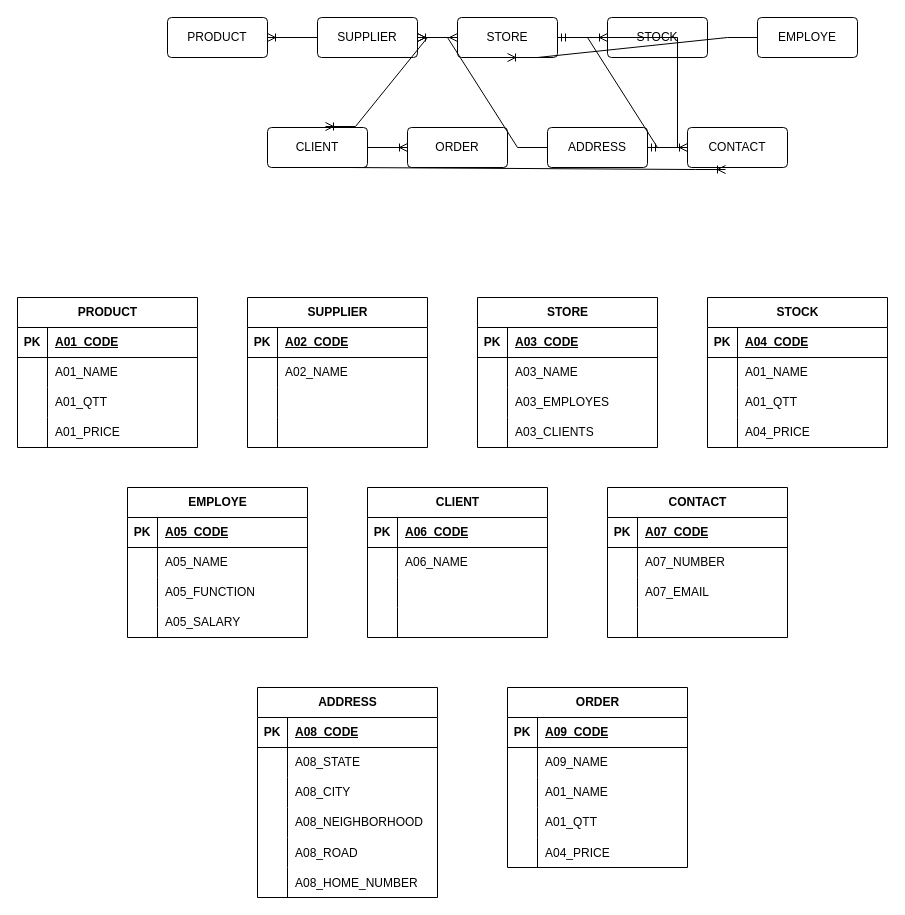
This is Diagram_from_store.drawio from maurilio-sousa/exercicios_de_aula, a draw.io file, before an edit. Source tidied: cells renumbered, new cells numbered last; positions are measured from the earlier drawing's top-left corner, leaving out a move shared by most shapes. Both pictures are drawn from the tidied source at 100%, with x=0, y=0 at pixel (17, 17).
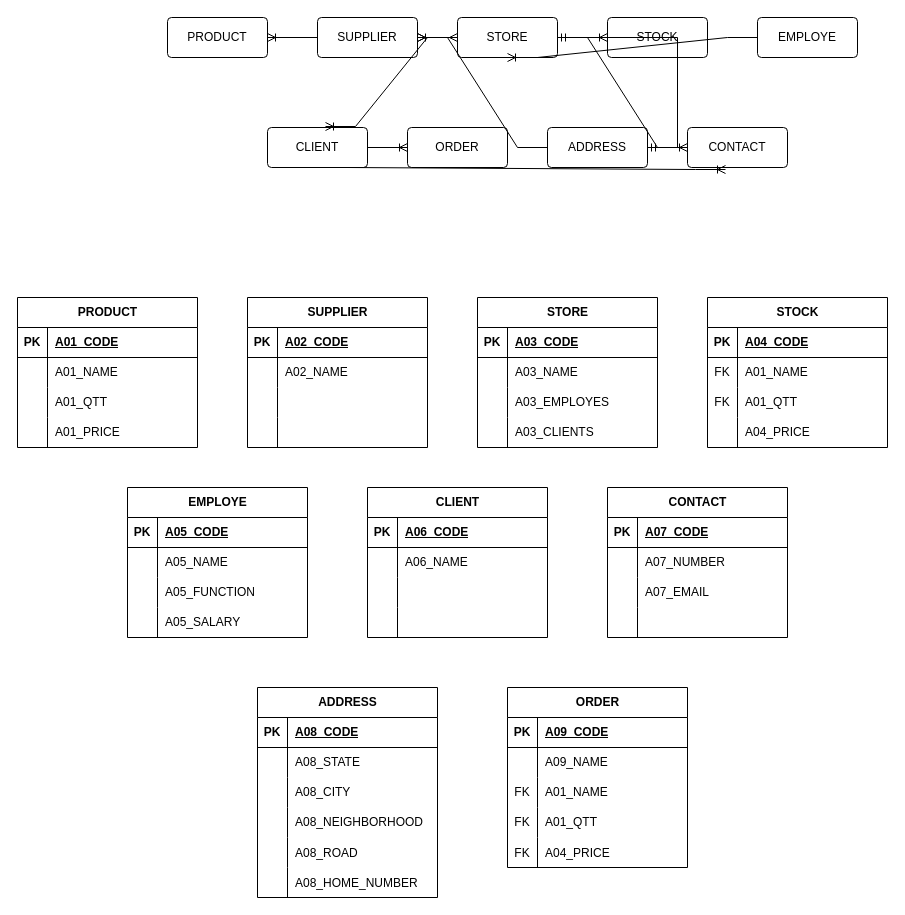
The same diagram, later.

The change refers to these unchanged cells:
```xml
<mxCell id="103" style="shape=tableRow;horizontal=0;startSize=0;swimlaneHead=0;swimlaneBody=0;fillColor=none;top=0;left=0;right=0;bottom=0;" parent="99" vertex="1">
  <mxGeometry y="60" width="180" height="30" as="geometry" />
</mxCell>
<mxCell id="106" style="shape=tableRow;horizontal=0;startSize=0;swimlaneHead=0;swimlaneBody=0;fillColor=none;top=0;left=0;right=0;bottom=0;" parent="99" vertex="1">
  <mxGeometry y="90" width="180" height="30" as="geometry" />
</mxCell>
<mxCell id="119" style="shape=tableRow;horizontal=0;startSize=0;swimlaneHead=0;swimlaneBody=0;fillColor=none;top=0;left=0;right=0;bottom=0;" parent="112" vertex="1">
  <mxGeometry y="90" width="180" height="30" as="geometry" />
</mxCell>
<mxCell id="122" style="shape=tableRow;horizontal=0;startSize=0;swimlaneHead=0;swimlaneBody=0;fillColor=none;top=0;left=0;right=0;bottom=0;" parent="112" vertex="1">
  <mxGeometry y="120" width="180" height="30" as="geometry" />
</mxCell>
<mxCell id="125" style="shape=tableRow;horizontal=0;startSize=0;swimlaneHead=0;swimlaneBody=0;fillColor=none;top=0;left=0;right=0;bottom=0;" parent="112" vertex="1">
  <mxGeometry y="150" width="180" height="30" as="geometry" />
</mxCell>
```

Diff of the diagram source:
```diff
@@
-    <mxCell id="104" style="shape=partialRectangle;fillColor=none;top=0;left=0;bottom=0;right=0;overflow=hidden;whiteSpace=wrap;html=1;" parent="103" vertex="1">
+    <mxCell id="104" value="FK" style="shape=partialRectangle;fillColor=none;top=0;left=0;bottom=0;right=0;overflow=hidden;whiteSpace=wrap;html=1;" parent="103" vertex="1">
       <mxGeometry width="30" height="30" as="geometry" />
     </mxCell>
@@
-    <mxCell id="107" style="shape=partialRectangle;fillColor=none;top=0;left=0;bottom=0;right=0;overflow=hidden;whiteSpace=wrap;html=1;" parent="106" vertex="1">
+    <mxCell id="107" value="FK" style="shape=partialRectangle;fillColor=none;top=0;left=0;bottom=0;right=0;overflow=hidden;whiteSpace=wrap;html=1;" parent="106" vertex="1">
       <mxGeometry width="30" height="30" as="geometry" />
     </mxCell>
@@
-    <mxCell id="120" style="shape=partialRectangle;fillColor=none;top=0;left=0;bottom=0;right=0;overflow=hidden;whiteSpace=wrap;html=1;" parent="119" vertex="1">
+    <mxCell id="120" value="FK" style="shape=partialRectangle;fillColor=none;top=0;left=0;bottom=0;right=0;overflow=hidden;whiteSpace=wrap;html=1;" parent="119" vertex="1">
       <mxGeometry width="30" height="30" as="geometry" />
     </mxCell>
@@
-    <mxCell id="123" style="shape=partialRectangle;fillColor=none;top=0;left=0;bottom=0;right=0;overflow=hidden;whiteSpace=wrap;html=1;" parent="122" vertex="1">
+    <mxCell id="123" value="FK" style="shape=partialRectangle;fillColor=none;top=0;left=0;bottom=0;right=0;overflow=hidden;whiteSpace=wrap;html=1;" parent="122" vertex="1">
       <mxGeometry width="30" height="30" as="geometry" />
     </mxCell>
@@
-    <mxCell id="126" style="shape=partialRectangle;fillColor=none;top=0;left=0;bottom=0;right=0;overflow=hidden;" parent="125" vertex="1">
+    <mxCell id="126" value="FK" style="shape=partialRectangle;fillColor=none;top=0;left=0;bottom=0;right=0;overflow=hidden;" parent="125" vertex="1">
       <mxGeometry width="30" height="30" as="geometry" />
     </mxCell>
```
